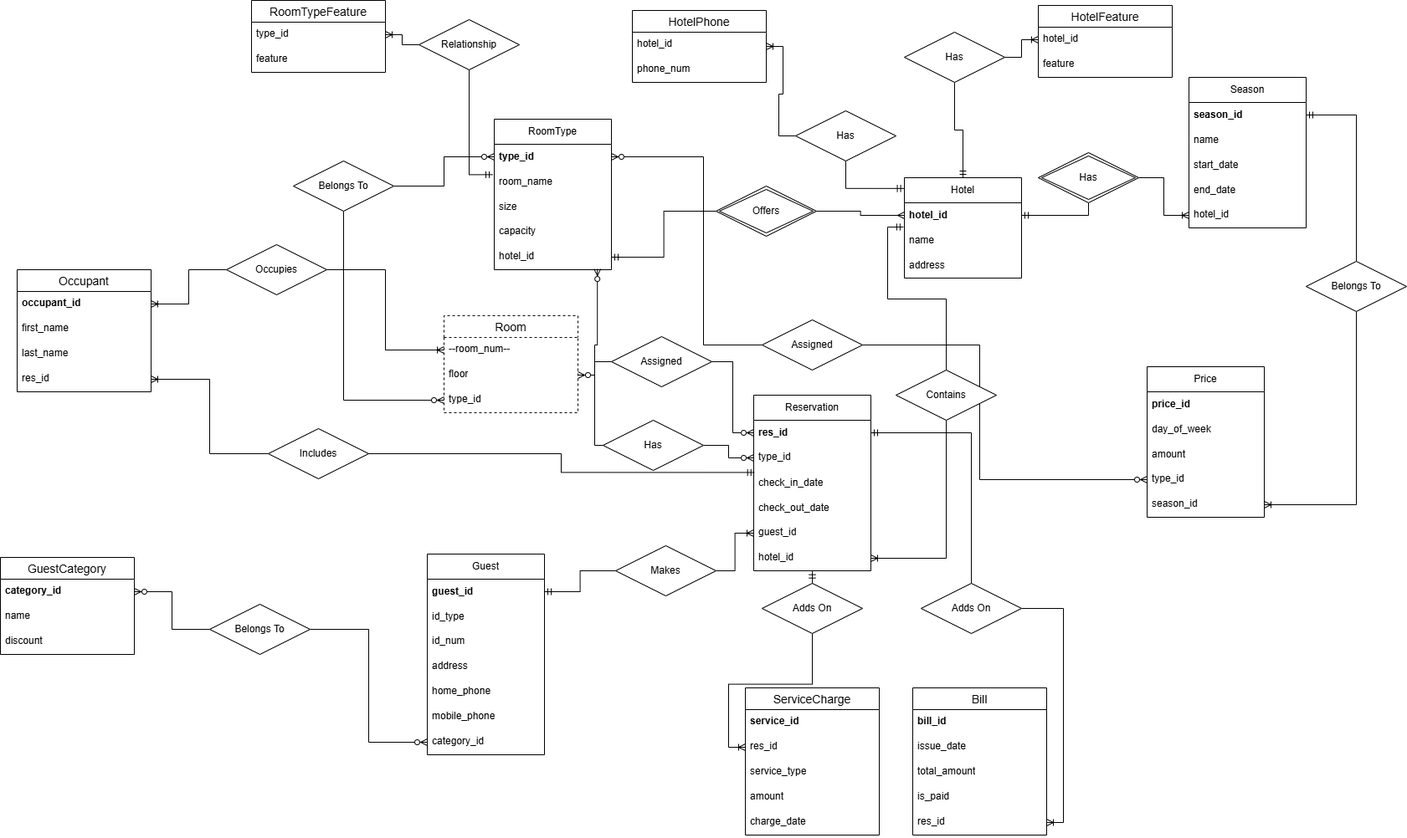
Earlier version of the draw.io export images/model2.png (MatthewMurphy24/HW8-repository). Source tidied: cells renumbered, new cells last; positions are measured from the earlier drawing's top-left corner, leaving out a move shared by most shapes.
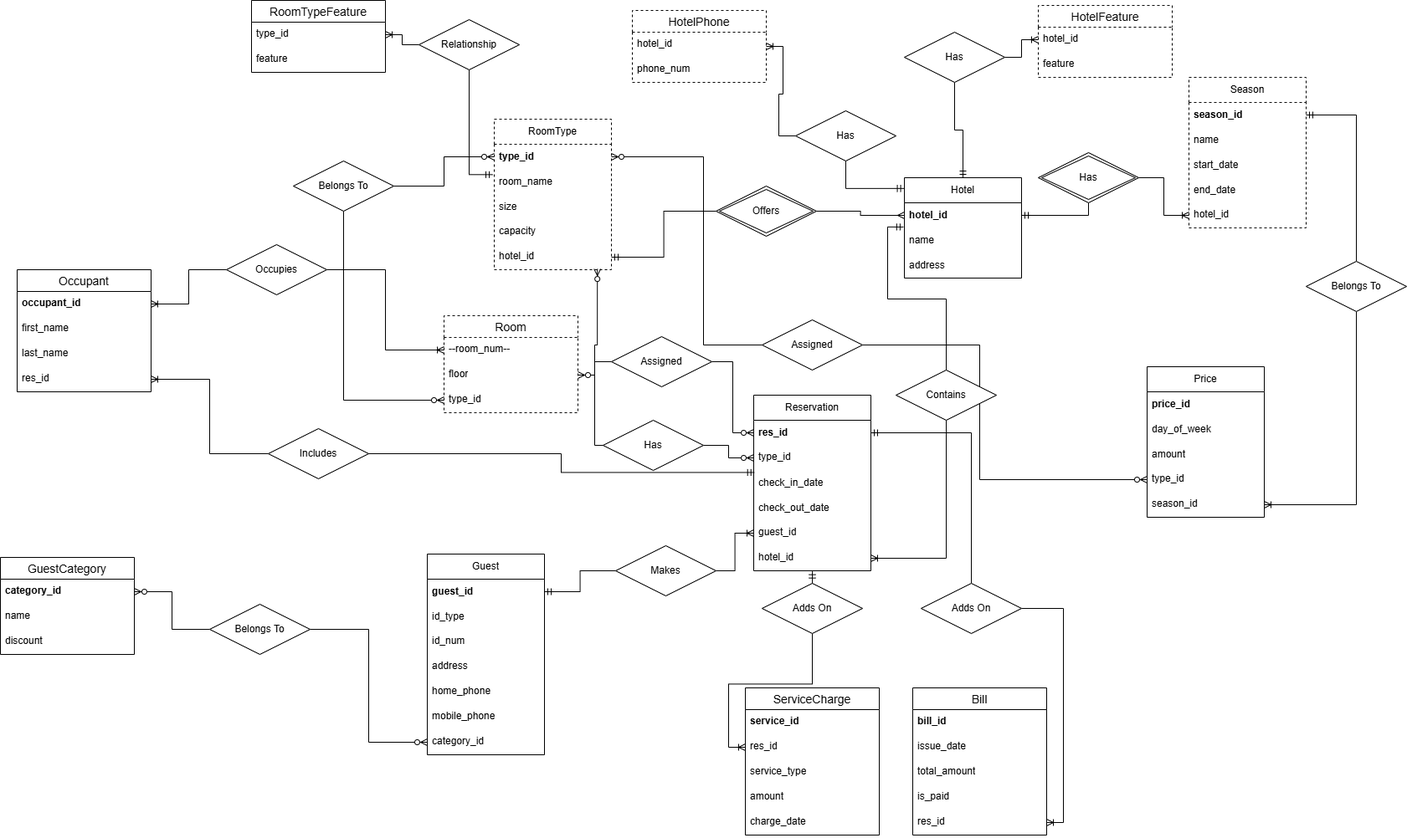
Above is the later version.

What changed in the source:
```diff
@@ -35,7 +35,7 @@
     <mxCell id="12" value="hotel_id" style="text;strokeColor=none;fillColor=none;spacingLeft=4;spacingRight=4;overflow=hidden;points=[[0,0.5],[1,0.5]];portConstraint=eastwest;fontSize=12;whiteSpace=wrap;html=1;" parent="6" vertex="1">
       <mxGeometry y="180" width="140" height="30" as="geometry" />
     </mxCell>
-    <mxCell id="13" value="RoomType" style="swimlane;fontStyle=0;horizontal=1;startSize=30;whiteSpace=wrap;html=1;" parent="1" vertex="1">
+    <mxCell id="13" value="RoomType" style="swimlane;fontStyle=0;horizontal=1;startSize=30;whiteSpace=wrap;html=1;dashed=1;" parent="1" vertex="1">
       <mxGeometry x="590" y="142" width="140" height="180" as="geometry" />
     </mxCell>
     <mxCell id="14" value="&lt;b&gt;type_id&lt;/b&gt;" style="text;strokeColor=none;fillColor=none;align=left;verticalAlign=middle;spacingLeft=4;spacingRight=4;overflow=hidden;points=[[0,0.5],[1,0.5]];portConstraint=eastwest;whiteSpace=wrap;html=1;" parent="13" vertex="1">
@@ -77,7 +77,7 @@
     <mxCell id="26" value="category_id" style="text;strokeColor=none;fillColor=none;spacingLeft=4;spacingRight=4;overflow=hidden;points=[[0,0.5],[1,0.5]];portConstraint=eastwest;fontSize=12;whiteSpace=wrap;html=1;" parent="19" vertex="1">
       <mxGeometry y="210" width="140" height="30" as="geometry" />
     </mxCell>
-    <mxCell id="27" value="Season" style="swimlane;fontStyle=0;horizontal=1;startSize=30;whiteSpace=wrap;html=1;" parent="1" vertex="1">
+    <mxCell id="27" value="Season" style="swimlane;fontStyle=0;horizontal=1;startSize=30;whiteSpace=wrap;html=1;dashed=1;" parent="1" vertex="1">
       <mxGeometry x="1420" y="92" width="140" height="180" as="geometry" />
     </mxCell>
     <mxCell id="28" value="&lt;b&gt;season_id&lt;/b&gt;" style="text;strokeColor=none;fillColor=none;align=left;verticalAlign=middle;spacingLeft=4;spacingRight=4;overflow=hidden;points=[[0,0.5],[1,0.5]];portConstraint=eastwest;whiteSpace=wrap;html=1;" parent="27" vertex="1">
@@ -319,7 +319,7 @@
     <mxCell id="102" value="Adds On" style="shape=rhombus;perimeter=rhombusPerimeter;whiteSpace=wrap;html=1;align=center;" parent="1" vertex="1">
       <mxGeometry x="1100" y="697" width="120" height="60" as="geometry" />
     </mxCell>
-    <mxCell id="103" value="HotelPhone" style="swimlane;fontStyle=0;horizontal=1;startSize=26;align=center;fontSize=14;" parent="1" vertex="1">
+    <mxCell id="103" value="HotelPhone" style="swimlane;fontStyle=0;horizontal=1;startSize=26;align=center;fontSize=14;dashed=1;" parent="1" vertex="1">
       <mxGeometry x="755" y="12" width="160" height="86" as="geometry" />
     </mxCell>
     <mxCell id="104" value="hotel_id" style="text;strokeColor=none;fillColor=none;spacingLeft=4;spacingRight=4;overflow=hidden;fontSize=12;whiteSpace=wrap;html=1;" parent="103" vertex="1">
@@ -370,7 +370,7 @@
     <mxCell id="117" style="edgeStyle=orthogonalEdgeStyle;rounded=0;jettySize=auto;html=1;exitX=0.5;exitY=1;exitDx=0;exitDy=0;entryX=-0.014;entryY=0.211;entryDx=0;entryDy=0;entryPerimeter=0;endArrow=ERmandOne;endFill=0;" parent="1" edge="1" source="116" target="15">
       <mxGeometry relative="1" as="geometry" />
     </mxCell>
-    <mxCell id="118" value="HotelFeature" style="swimlane;fontStyle=0;horizontal=1;startSize=26;align=center;fontSize=14;" parent="1" vertex="1">
+    <mxCell id="118" value="HotelFeature" style="swimlane;fontStyle=0;horizontal=1;startSize=26;align=center;fontSize=14;dashed=1;" parent="1" vertex="1">
       <mxGeometry x="1240" y="6" width="160" height="86" as="geometry" />
     </mxCell>
     <mxCell id="119" value="hotel_id" style="text;strokeColor=none;fillColor=none;spacingLeft=4;spacingRight=4;overflow=hidden;points=[[0,0.5],[1,0.5]];portConstraint=eastwest;fontSize=12;whiteSpace=wrap;html=1;" parent="118" vertex="1">
```
